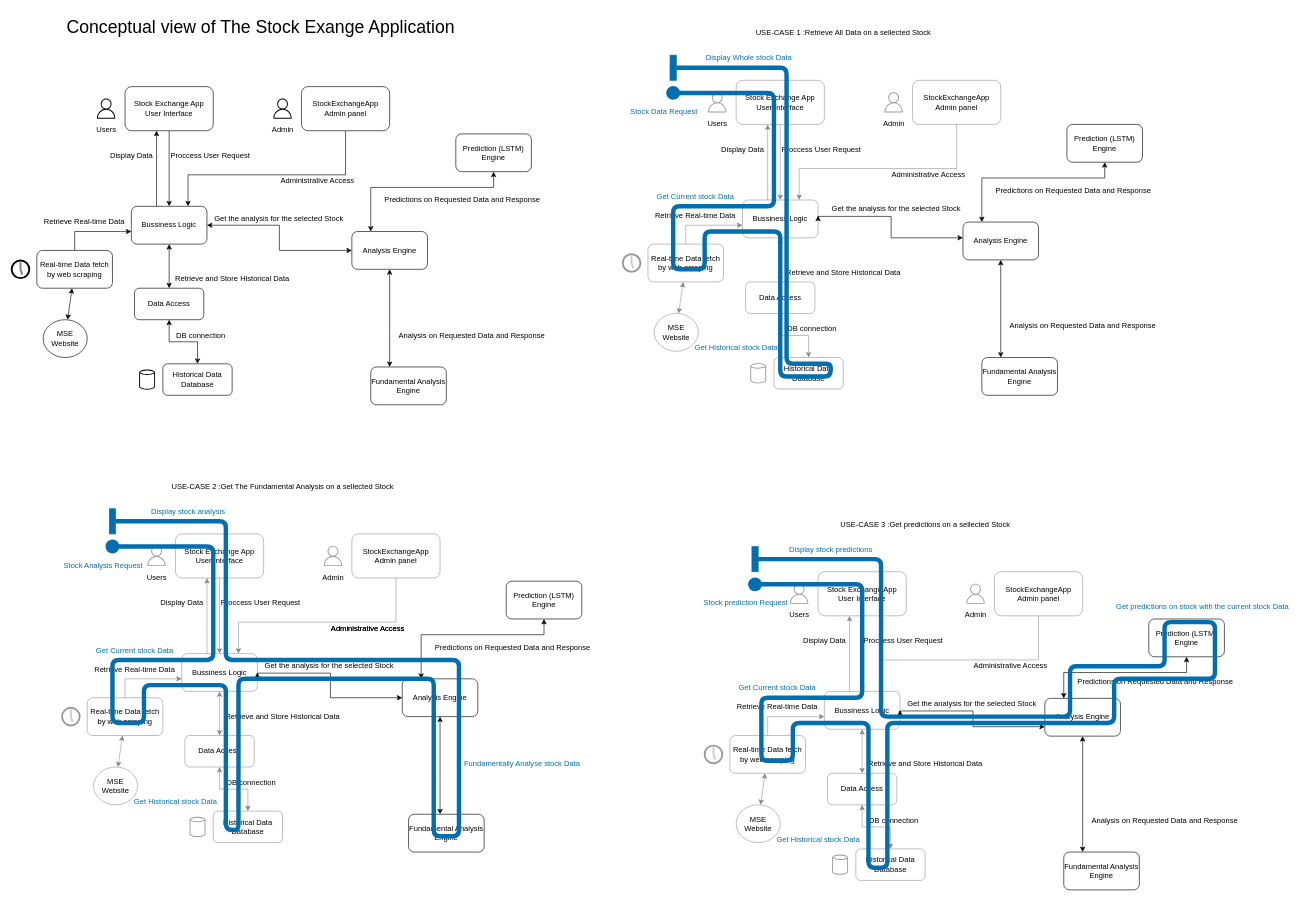
This is Domasna 2/архитектура/Conceptual Model.drawio from Ljupce003/MSE_Scraper, a draw.io file, before an edit. Source tidied: cells renumbered, new cells numbered last; positions are measured from the earlier drawing's top-left corner, leaving out a move shared by most shapes. Both pictures are drawn from the tidied source at 63%, with x=0, y=0 at pixel (11, 11).
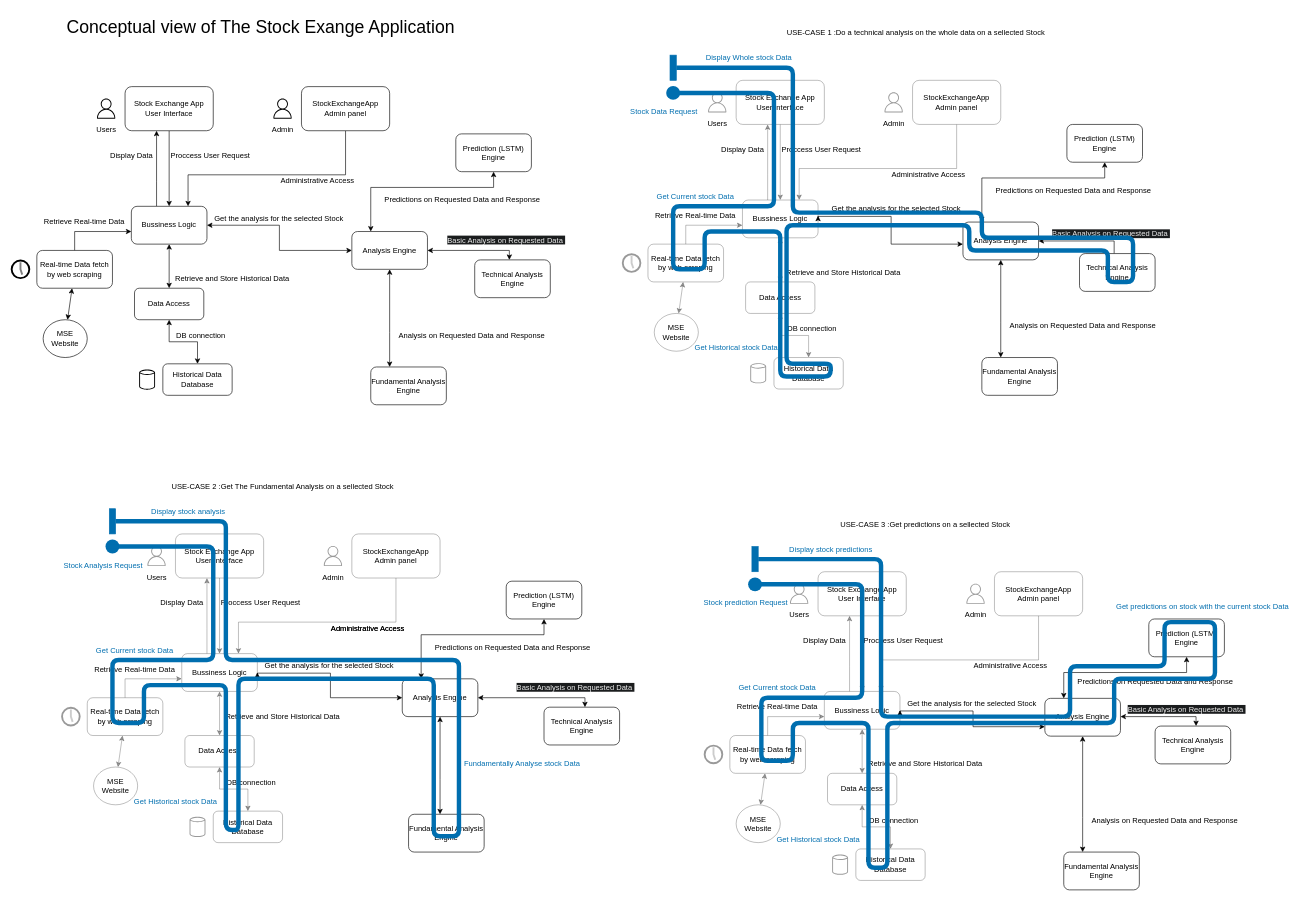
After the change.

Commit message (it also covers changes not shown here):
Update on the Conceptual model

Unchanged cells that the change refers to:
```xml
<mxCell id="9" value="Bussiness Logic" style="rounded=1;whiteSpace=wrap;html=1;" parent="1" vertex="1">
  <mxGeometry x="190" y="310" width="120" height="60" as="geometry" />
</mxCell>
<mxCell id="60" style="rounded=0;whiteSpace=wrap;html=1;fillColor=#006eaf;fontColor=#ffffff;strokeColor=#006EAF;" parent="1" vertex="1">
  <mxGeometry x="1045" y="70" width="10" height="40" as="geometry" />
</mxCell>
<mxCell id="130" value="Analysis Engine" style="rounded=1;whiteSpace=wrap;html=1;" parent="1" vertex="1">
  <mxGeometry x="540" y="350" width="120" height="60" as="geometry" />
</mxCell>
<mxCell id="139" value="Analysis Engine" style="rounded=1;whiteSpace=wrap;html=1;" parent="1" vertex="1">
  <mxGeometry x="1510" y="335" width="120" height="60" as="geometry" />
</mxCell>
<mxCell id="148" value="Analysis Engine" style="rounded=1;whiteSpace=wrap;html=1;" parent="1" vertex="1">
  <mxGeometry x="620" y="1060" width="120" height="60" as="geometry" />
</mxCell>
<mxCell id="158" value="Analysis Engine" style="rounded=1;whiteSpace=wrap;html=1;" parent="1" vertex="1">
  <mxGeometry x="1640" y="1091" width="120" height="60" as="geometry" />
</mxCell>
```

The edit, as a diff of the source:
```diff
@@
     <mxCell id="8" style="edgeStyle=orthogonalEdgeStyle;rounded=0;jettySize=auto;html=1;startArrow=classic;startFill=1;" parent="1" edge="1" source="9" target="130">
-      <mxGeometry relative="1" as="geometry" />
+      <mxGeometry relative="1" as="geometry">
+        <Array as="points">
+          <mxPoint x="425" y="340" />
+          <mxPoint x="425" y="380" />
+        </Array>
+      </mxGeometry>
     </mxCell>
@@
-    <mxCell id="57" value="USE-CASE 1 :Retrieve All Data on a sellected Stock" style="text;html=1;align=center;verticalAlign=middle;strokeColor=none;fillColor=none;opacity=40;" parent="1" vertex="1">
-      <mxGeometry x="1170" y="20" width="300" height="30" as="geometry" />
+    <mxCell id="57" value="USE-CASE 1 :Do a technical analysis on the whole data on a sellected Stock" style="text;html=1;align=center;verticalAlign=middle;strokeColor=none;fillColor=none;opacity=40;" parent="1" vertex="1">
+      <mxGeometry x="1220" y="20" width="430" height="30" as="geometry" />
     </mxCell>
@@
-    <mxCell id="59" style="edgeStyle=orthogonalEdgeStyle;rounded=1;jettySize=auto;html=1;strokeColor=#006EAF;fillColor=#1ba1e2;flowAnimation=0;curved=0;strokeWidth=7;shadow=0;endArrow=none;endFill=0;" parent="1" edge="1" target="60">
-      <mxGeometry relative="1" as="geometry">
-        <mxPoint x="1040" y="130" as="sourcePoint" />
-        <Array as="points">
-          <mxPoint x="1210" y="130" />
-          <mxPoint x="1210" y="310" />
-          <mxPoint x="1050" y="310" />
-          <mxPoint x="1050" y="410" />
-          <mxPoint x="1100" y="410" />
-          <mxPoint x="1100" y="350" />
-          <mxPoint x="1220" y="350" />
-          <mxPoint x="1220" y="580" />
-          <mxPoint x="1300" y="580" />
-          <mxPoint x="1300" y="560" />
-          <mxPoint x="1230" y="560" />
-          <mxPoint x="1230" y="90" />
-        </Array>
-      </mxGeometry>
-    </mxCell>
@@
+    <mxCell id="161" style="edgeStyle=orthogonalEdgeStyle;rounded=0;jettySize=auto;html=1;startArrow=classic;startFill=1;" parent="1" edge="1" source="130" target="162">
+      <mxGeometry relative="1" as="geometry">
+        <Array as="points">
+          <mxPoint x="790" y="380" />
+        </Array>
+      </mxGeometry>
+    </mxCell>
@@
     <mxCell id="133" style="edgeStyle=orthogonalEdgeStyle;rounded=0;jettySize=auto;html=1;startArrow=classic;startFill=1;" parent="1" edge="1" target="139">
       <mxGeometry relative="1" as="geometry">
         <mxPoint x="1280" y="325" as="sourcePoint" />
         <Array as="points">
+          <mxPoint x="1280" y="326" />
           <mxPoint x="1396" y="326" />
-          <mxPoint x="1396" y="360" />
+          <mxPoint x="1396" y="370" />
         </Array>
       </mxGeometry>
     </mxCell>
@@
+    <mxCell id="162" value="Technical Analysis Engine" style="rounded=1;whiteSpace=wrap;html=1;" parent="1" vertex="1">
+      <mxGeometry x="735" y="395" width="120" height="60" as="geometry" />
+    </mxCell>
+    <mxCell id="163" value="&lt;span style=&quot;color: rgb(240, 240, 240); font-family: Helvetica; font-size: 12px; font-style: normal; font-variant-ligatures: normal; font-variant-caps: normal; font-weight: 400; letter-spacing: normal; orphans: 2; text-align: center; text-indent: 0px; text-transform: none; widows: 2; word-spacing: 0px; -webkit-text-stroke-width: 0px; white-space: nowrap; background-color: rgb(27, 29, 30); text-decoration-thickness: initial; text-decoration-style: initial; text-decoration-color: initial; display: inline !important; float: none;&quot;&gt;Basic Analysis on Requested Data&amp;nbsp;&lt;/span&gt;" style="text;whiteSpace=wrap;html=1;" parent="1" vertex="1">
+      <mxGeometry x="690" y="350" width="190" height="40" as="geometry" />
+    </mxCell>
+    <mxCell id="164" style="edgeStyle=orthogonalEdgeStyle;rounded=0;jettySize=auto;html=1;" parent="1" edge="1" source="165" target="139">
+      <mxGeometry relative="1" as="geometry">
+        <Array as="points">
+          <mxPoint x="1750" y="365" />
+        </Array>
+      </mxGeometry>
+    </mxCell>
+    <mxCell id="165" value="Technical Analysis Engine" style="rounded=1;whiteSpace=wrap;html=1;" parent="1" vertex="1">
+      <mxGeometry x="1695" y="385" width="120" height="60" as="geometry" />
+    </mxCell>
+    <mxCell id="166" value="&lt;span style=&quot;color: rgb(240, 240, 240); font-family: Helvetica; font-size: 12px; font-style: normal; font-variant-ligatures: normal; font-variant-caps: normal; font-weight: 400; letter-spacing: normal; orphans: 2; text-align: center; text-indent: 0px; text-transform: none; widows: 2; word-spacing: 0px; -webkit-text-stroke-width: 0px; white-space: nowrap; background-color: rgb(27, 29, 30); text-decoration-thickness: initial; text-decoration-style: initial; text-decoration-color: initial; display: inline !important; float: none;&quot;&gt;Basic Analysis on Requested Data&amp;nbsp;&lt;/span&gt;" style="text;whiteSpace=wrap;html=1;" parent="1" vertex="1">
+      <mxGeometry x="1650" y="340" width="190" height="40" as="geometry" />
+    </mxCell>
+    <mxCell id="59" style="edgeStyle=orthogonalEdgeStyle;rounded=1;jettySize=auto;html=1;strokeColor=#006EAF;fillColor=#1ba1e2;flowAnimation=0;curved=0;strokeWidth=7;shadow=0;endArrow=none;endFill=0;entryX=1;entryY=0.5;entryDx=0;entryDy=0;" parent="1" edge="1" target="60">
+      <mxGeometry relative="1" as="geometry">
+        <mxPoint x="1040" y="130" as="sourcePoint" />
+        <Array as="points">
+          <mxPoint x="1210" y="130" />
+          <mxPoint x="1210" y="310" />
+          <mxPoint x="1050" y="310" />
+          <mxPoint x="1050" y="410" />
+          <mxPoint x="1100" y="410" />
+          <mxPoint x="1100" y="350" />
+          <mxPoint x="1220" y="350" />
+          <mxPoint x="1220" y="580" />
+          <mxPoint x="1300" y="580" />
+          <mxPoint x="1300" y="560" />
+          <mxPoint x="1230" y="560" />
+          <mxPoint x="1230" y="340" />
+          <mxPoint x="1520" y="340" />
+          <mxPoint x="1520" y="380" />
+          <mxPoint x="1740" y="380" />
+          <mxPoint x="1740" y="430" />
+          <mxPoint x="1780" y="430" />
+          <mxPoint x="1780" y="360" />
+          <mxPoint x="1540" y="360" />
+          <mxPoint x="1540" y="320" />
+          <mxPoint x="1240" y="320" />
+          <mxPoint x="1240" y="90" />
+        </Array>
+      </mxGeometry>
+    </mxCell>
+    <mxCell id="167" style="edgeStyle=orthogonalEdgeStyle;rounded=0;jettySize=auto;html=1;startArrow=classic;startFill=1;" parent="1" edge="1" source="168" target="148">
+      <mxGeometry relative="1" as="geometry">
+        <Array as="points">
+          <mxPoint x="910" y="1090" />
+        </Array>
+      </mxGeometry>
+    </mxCell>
+    <mxCell id="168" value="Technical Analysis Engine" style="rounded=1;whiteSpace=wrap;html=1;" parent="1" vertex="1">
+      <mxGeometry x="845" y="1105" width="120" height="60" as="geometry" />
+    </mxCell>
+    <mxCell id="169" value="&lt;span style=&quot;color: rgb(240, 240, 240); font-family: Helvetica; font-size: 12px; font-style: normal; font-variant-ligatures: normal; font-variant-caps: normal; font-weight: 400; letter-spacing: normal; orphans: 2; text-align: center; text-indent: 0px; text-transform: none; widows: 2; word-spacing: 0px; -webkit-text-stroke-width: 0px; white-space: nowrap; background-color: rgb(27, 29, 30); text-decoration-thickness: initial; text-decoration-style: initial; text-decoration-color: initial; display: inline !important; float: none;&quot;&gt;Basic Analysis on Requested Data&amp;nbsp;&lt;/span&gt;" style="text;whiteSpace=wrap;html=1;" parent="1" vertex="1">
+      <mxGeometry x="800" y="1060" width="190" height="40" as="geometry" />
+    </mxCell>
+    <mxCell id="170" style="edgeStyle=orthogonalEdgeStyle;rounded=0;jettySize=auto;html=1;startArrow=classic;startFill=1;" parent="1" edge="1" source="171" target="158">
+      <mxGeometry relative="1" as="geometry">
+        <Array as="points">
+          <mxPoint x="1880" y="1120" />
+        </Array>
+      </mxGeometry>
+    </mxCell>
+    <mxCell id="171" value="Technical Analysis Engine" style="rounded=1;whiteSpace=wrap;html=1;" parent="1" vertex="1">
+      <mxGeometry x="1815" y="1135" width="120" height="60" as="geometry" />
+    </mxCell>
+    <mxCell id="172" value="&lt;span style=&quot;color: rgb(240, 240, 240); font-family: Helvetica; font-size: 12px; font-style: normal; font-variant-ligatures: normal; font-variant-caps: normal; font-weight: 400; letter-spacing: normal; orphans: 2; text-align: center; text-indent: 0px; text-transform: none; widows: 2; word-spacing: 0px; -webkit-text-stroke-width: 0px; white-space: nowrap; background-color: rgb(27, 29, 30); text-decoration-thickness: initial; text-decoration-style: initial; text-decoration-color: initial; display: inline !important; float: none;&quot;&gt;Basic Analysis on Requested Data&amp;nbsp;&lt;/span&gt;" style="text;whiteSpace=wrap;html=1;" parent="1" vertex="1">
+      <mxGeometry x="1770" y="1095" width="190" height="40" as="geometry" />
+    </mxCell>
```
